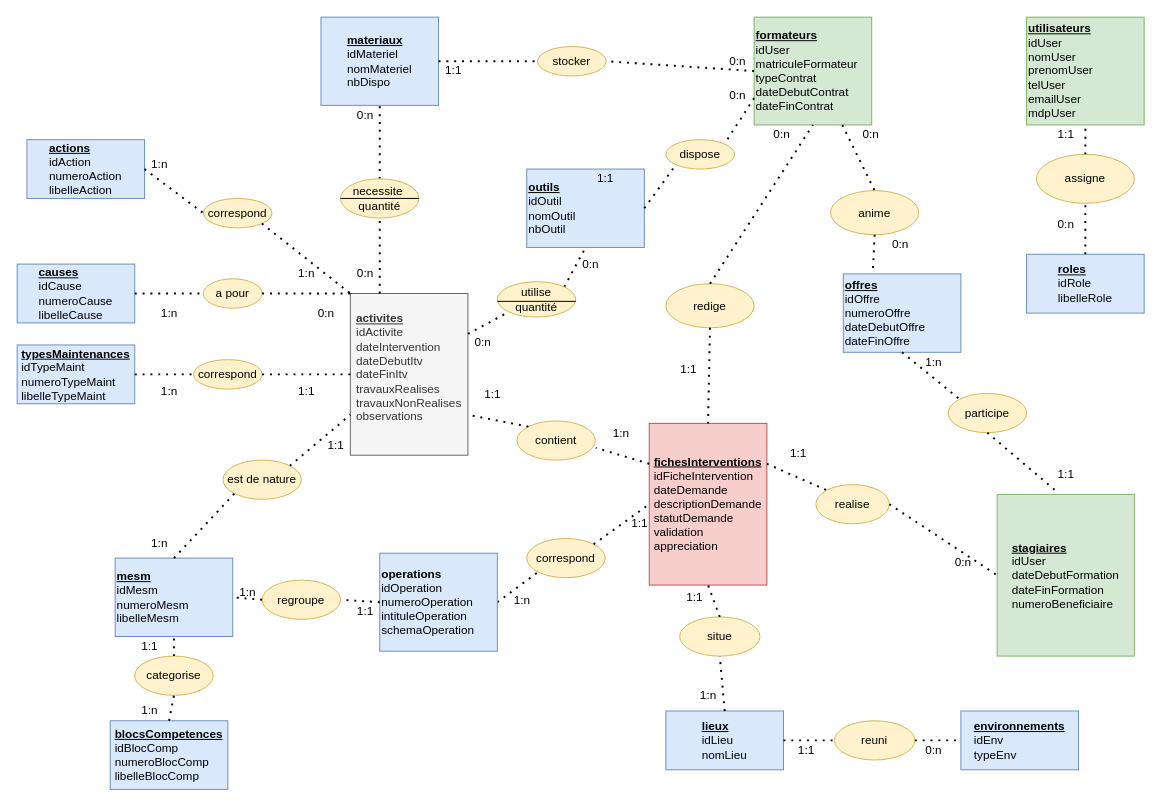
The draw.io diagram DOCS/mcd.drawio in tancraft/Stage, before the edit. Source tidied: cells renumbered, new cells numbered last; positions are measured from the earlier drawing's top-left corner, leaving out a move shared by most shapes. Both pictures are drawn from the tidied source at 98%, with x=0, y=0 at pixel (17, 17).
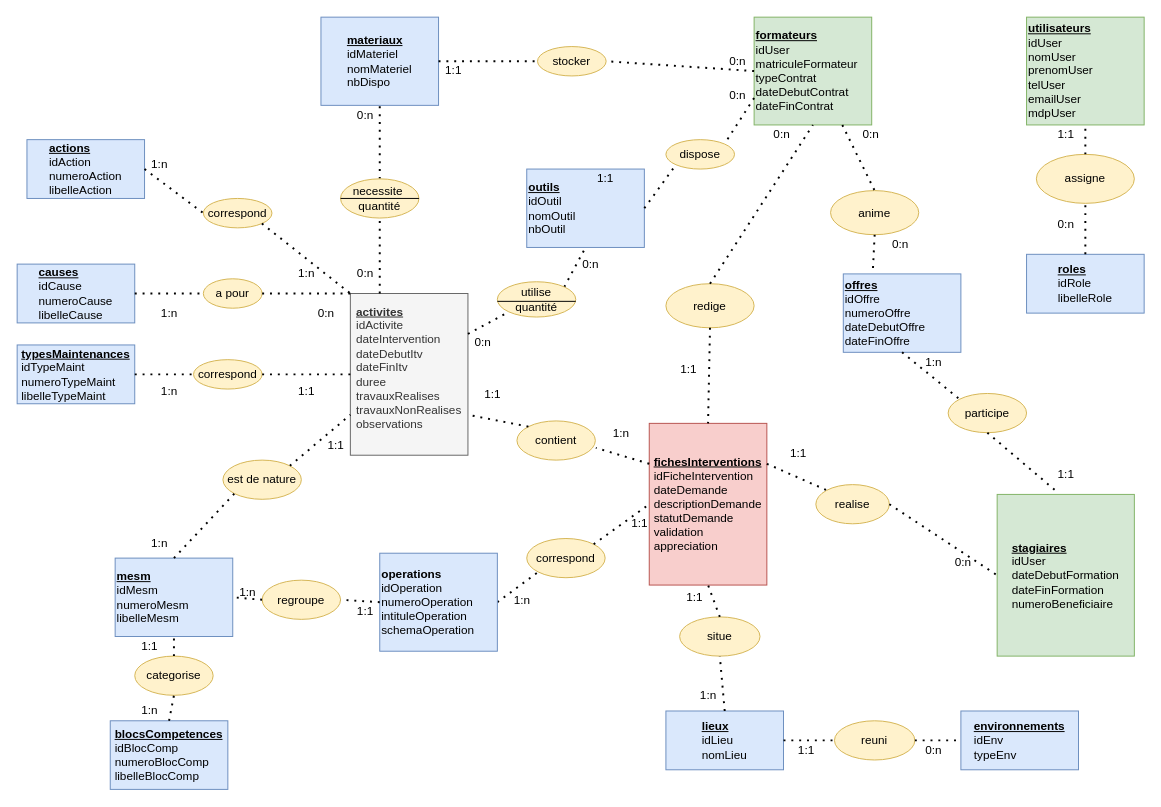
The same page after the edit.

Diff of the diagram source:
```diff
@@
-    <mxCell id="2" value="&lt;div style=&quot;text-align: left&quot;&gt;&lt;b&gt;&lt;u&gt;activites&lt;/u&gt;&lt;/b&gt;&lt;/div&gt;&lt;div style=&quot;text-align: left&quot;&gt;&lt;span&gt;idActivite&lt;/span&gt;&lt;/div&gt;&lt;div style=&quot;text-align: left&quot;&gt;&lt;span&gt;dateIntervention&lt;/span&gt;&lt;/div&gt;&lt;div style=&quot;text-align: left&quot;&gt;&lt;span&gt;dateDebutItv&lt;/span&gt;&lt;/div&gt;&lt;div style=&quot;text-align: left&quot;&gt;&lt;span&gt;dateFinItv&lt;/span&gt;&lt;/div&gt;&lt;div style=&quot;text-align: left&quot;&gt;&lt;span&gt;travauxRealises&lt;/span&gt;&lt;/div&gt;&lt;div style=&quot;text-align: left&quot;&gt;&lt;span&gt;travauxNonRealises&lt;/span&gt;&lt;/div&gt;&lt;div style=&quot;text-align: left&quot;&gt;&lt;span&gt;observations&lt;/span&gt;&lt;/div&gt;&lt;div style=&quot;text-align: left&quot;&gt;&lt;span&gt;&lt;br&gt;&lt;/span&gt;&lt;/div&gt;" style="rounded=0;whiteSpace=wrap;html=1;fillColor=#f5f5f5;strokeColor=#666666;fontColor=#333333;" parent="1" vertex="1">
+    <mxCell id="2" value="&lt;div style=&quot;text-align: left&quot;&gt;&lt;b&gt;&lt;u&gt;activites&lt;/u&gt;&lt;/b&gt;&lt;/div&gt;&lt;div style=&quot;text-align: left&quot;&gt;&lt;span&gt;idActivite&lt;/span&gt;&lt;/div&gt;&lt;div style=&quot;text-align: left&quot;&gt;&lt;span&gt;dateIntervention&lt;/span&gt;&lt;/div&gt;&lt;div style=&quot;text-align: left&quot;&gt;&lt;span&gt;dateDebutItv&lt;/span&gt;&lt;/div&gt;&lt;div style=&quot;text-align: left&quot;&gt;&lt;span&gt;dateFinItv&lt;/span&gt;&lt;/div&gt;&lt;div style=&quot;text-align: left&quot;&gt;&lt;span&gt;duree&lt;/span&gt;&lt;/div&gt;&lt;div style=&quot;text-align: left&quot;&gt;&lt;span&gt;travauxRealises&lt;/span&gt;&lt;/div&gt;&lt;div style=&quot;text-align: left&quot;&gt;&lt;span&gt;travauxNonRealises&lt;/span&gt;&lt;/div&gt;&lt;div style=&quot;text-align: left&quot;&gt;&lt;span&gt;observations&lt;/span&gt;&lt;/div&gt;&lt;div style=&quot;text-align: left&quot;&gt;&lt;span&gt;&lt;br&gt;&lt;/span&gt;&lt;/div&gt;" style="rounded=0;whiteSpace=wrap;html=1;fillColor=#f5f5f5;strokeColor=#666666;fontColor=#333333;" parent="1" vertex="1">
       <mxGeometry x="340" y="282" width="120" height="165" as="geometry" />
     </mxCell>
```
